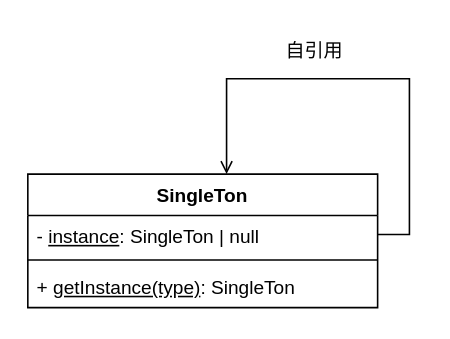
Earlier version of the draw.io diagram 设计模式/单例模式/单例模式.drawio (xiaoniu666888/Interview). Source tidied: cells renumbered, new cells numbered last; positions are measured from the earlier drawing's top-left corner, leaving out a move shared by most shapes. Both pictures are drawn from the tidied source at 159%, with x=0, y=0 at pixel (27, 27).
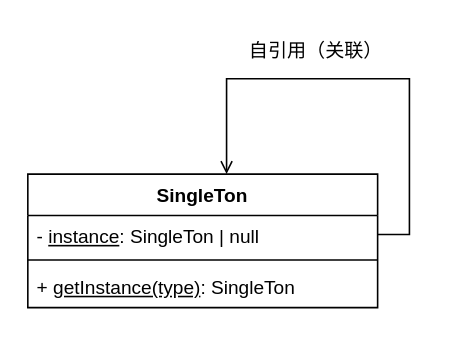
The same page after the edit.

What changed in the source:
```diff
@@
 <mxGraphModel>
   <root>
     <mxCell id="0" />
     <mxCell id="1" parent="0" />
     <mxCell id="2" value="SingleTon" style="swimlane;fontStyle=1;align=center;verticalAlign=top;horizontal=1;startSize=26;whiteSpace=wrap;html=1;" parent="1" vertex="1">
       <mxGeometry y="92" width="220" height="84" as="geometry" />
     </mxCell>
     <mxCell id="3" value="- &lt;u&gt;instance&lt;/u&gt;: SingleTon | null" style="text;strokeColor=none;fillColor=none;align=left;verticalAlign=top;spacingLeft=4;spacingRight=4;overflow=hidden;points=[[0,0.5],[1,0.5]];portConstraint=eastwest;whiteSpace=wrap;html=1;" parent="2" vertex="1">
       <mxGeometry y="26" width="220" height="24" as="geometry" />
     </mxCell>
     <mxCell id="4" style="line;strokeWidth=1;fillColor=none;align=left;verticalAlign=middle;spacingTop=-1;spacingLeft=3;spacingRight=3;labelPosition=right;strokeColor=inherit;" parent="2" vertex="1">
       <mxGeometry y="50" width="220" height="8" as="geometry" />
     </mxCell>
     <mxCell id="5" value="+ &lt;u&gt;getInstance(type)&lt;/u&gt;: SingleTon" style="text;strokeColor=none;fillColor=none;align=left;verticalAlign=top;spacingLeft=4;spacingRight=4;overflow=hidden;whiteSpace=wrap;html=1;" parent="2" vertex="1">
       <mxGeometry y="58" width="220" height="26" as="geometry" />
     </mxCell>
     <mxCell id="6" style="edgeStyle=orthogonalEdgeStyle;rounded=0;jettySize=auto;html=1;exitX=1;exitY=0.5;exitDx=0;exitDy=0;endArrow=open;endFill=0;" parent="2" edge="1" source="3">
       <mxGeometry relative="1" as="geometry">
         <mxPoint x="125" as="targetPoint" />
         <Array as="points">
           <mxPoint x="240" y="38" />
           <mxPoint x="240" y="-60" />
           <mxPoint x="125" y="-60" />
         </Array>
       </mxGeometry>
     </mxCell>
-    <mxCell id="7" value="自引用" style="text;html=1;align=center;verticalAlign=middle;strokeColor=none;fillColor=none;" parent="1" vertex="1">
-      <mxGeometry x="150" width="60" height="30" as="geometry" />
+    <mxCell id="7" value="自引用（关联）" style="text;html=1;align=center;verticalAlign=middle;strokeColor=none;fillColor=none;" parent="1" vertex="1">
+      <mxGeometry x="126" width="110" height="30" as="geometry" />
     </mxCell>
   </root>
 </mxGraphModel>
```
